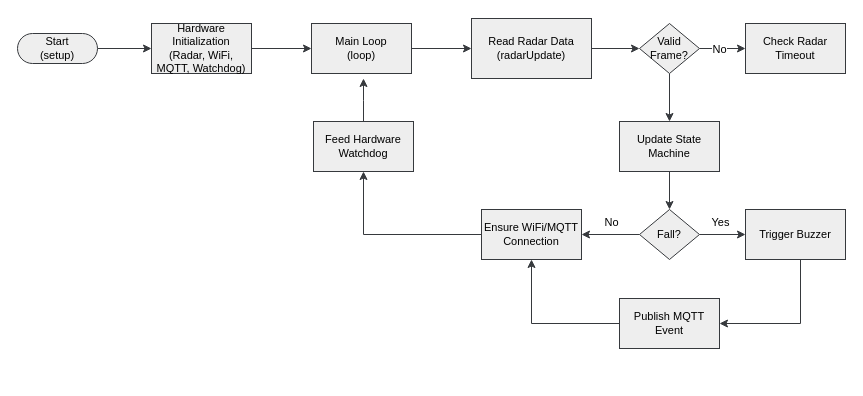
michalisssss/Fall-Detection-System keeps this draw.io diagram as page "Page-4" (4 of 5) of lib/4_1.drawio. Above is the earlier version. Source tidied: cells renumbered, new cells numbered last; positions are measured from the earlier drawing's top-left corner, leaving out a move shared by most shapes. Both pictures are drawn from the tidied source at 100%, with x=0, y=0 at pixel (17, 18).
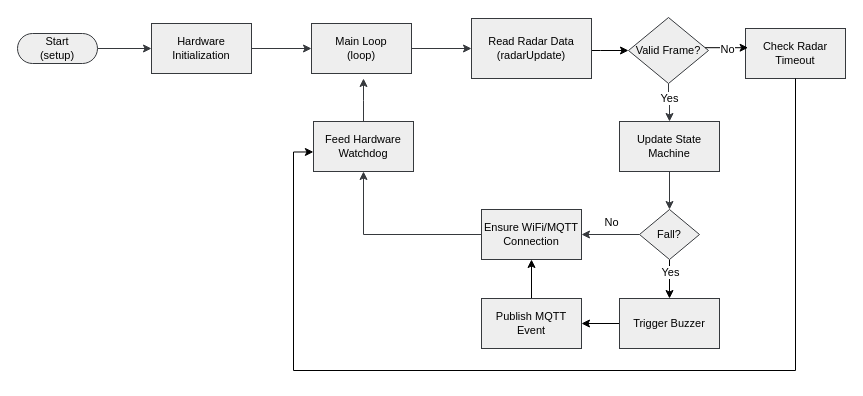
The same diagram, later.

Unchanged cells that the change refers to:
```xml
<mxCell id="7" value="Read Radar Data (radarUpdate)" style="whiteSpace=wrap;html=1;dashed=0;fontSize=11;fillColor=#eeeeee;strokeColor=#36393d;" parent="1" vertex="1">
  <mxGeometry x="454" width="120" height="60" as="geometry" />
</mxCell>
<mxCell id="10" style="edgeStyle=orthogonalEdgeStyle;rounded=0;jettySize=auto;html=1;entryX=0.5;entryY=0;entryDx=0;entryDy=0;defaultLabelBackgroundColor=page;fontSize=11;fillColor=#eeeeee;strokeColor=#36393d;" parent="1" edge="1" source="11" target="14">
  <mxGeometry relative="1" as="geometry" />
</mxCell>
<mxCell id="16" value="Ensure WiFi/MQTT Connection" style="html=1;dashed=0;whiteSpace=wrap;fontSize=11;fillColor=#eeeeee;strokeColor=#36393d;" parent="1" vertex="1">
  <mxGeometry x="464" y="191" width="100" height="50" as="geometry" />
</mxCell>
<mxCell id="18" value="Feed Hardware Watchdog" style="html=1;dashed=0;whiteSpace=wrap;fontSize=11;fillColor=#eeeeee;strokeColor=#36393d;" parent="1" vertex="1">
  <mxGeometry x="296" y="103" width="100" height="50" as="geometry" />
</mxCell>
<mxCell id="23" value="Fall?" style="shape=rhombus;html=1;dashed=0;whiteSpace=wrap;perimeter=rhombusPerimeter;fontSize=11;fillColor=#eeeeee;strokeColor=#36393d;" parent="1" vertex="1">
  <mxGeometry x="622" y="191" width="60" height="50" as="geometry" />
</mxCell>
```

The edit, as a diff of the source:
```diff
@@
-    <mxCell id="5" value="Hardware Initialization&lt;div&gt;(Radar, WiFi, MQTT, Watchdog)&lt;/div&gt;" style="html=1;dashed=0;whiteSpace=wrap;fontSize=11;fillColor=#eeeeee;strokeColor=#36393d;" parent="1" vertex="1">
+    <mxCell id="5" value="Hardware Initialization" style="html=1;dashed=0;whiteSpace=wrap;fontSize=11;fillColor=#eeeeee;strokeColor=#36393d;" parent="1" vertex="1">
       <mxGeometry x="134" y="5" width="100" height="50" as="geometry" />
     </mxCell>
-    <mxCell id="6" style="edgeStyle=orthogonalEdgeStyle;rounded=0;jettySize=auto;html=1;entryX=0;entryY=0.5;entryDx=0;entryDy=0;defaultLabelBackgroundColor=page;fontSize=11;fillColor=#eeeeee;strokeColor=#36393d;" parent="1" edge="1" source="7" target="11">
-      <mxGeometry relative="1" as="geometry" />
+    <mxCell id="6" style="edgeStyle=orthogonalEdgeStyle;rounded=0;jettySize=auto;html=1;entryX=0;entryY=0.5;entryDx=0;entryDy=0;defaultLabelBackgroundColor=page;" parent="1" edge="1" source="7" target="11">
+      <mxGeometry relative="1" as="geometry">
+        <Array as="points">
+          <mxPoint x="583" y="32" />
+          <mxPoint x="583" y="32" />
+        </Array>
+      </mxGeometry>
     </mxCell>
@@
-    <mxCell id="8" style="edgeStyle=orthogonalEdgeStyle;rounded=0;jettySize=auto;html=1;entryX=0;entryY=0.5;entryDx=0;entryDy=0;defaultLabelBackgroundColor=page;fontSize=11;fillColor=#eeeeee;strokeColor=#36393d;" parent="1" edge="1" source="11" target="12">
-      <mxGeometry relative="1" as="geometry" />
-    </mxCell>
-    <mxCell id="9" value="No" style="edgeLabel;html=1;align=center;verticalAlign=middle;inheritText=fontFamily,fontColor,fontStyle,textOpacity,labelBorderColor,labelBorderWidth,labelBackgroundColor,defaultLabelBackgroundColor,labelPadding;defaultLabelBackgroundColor=page;fontSize=11;" parent="8" vertex="1">
-      <mxGeometry x="-0.19" relative="1" as="geometry" />
-    </mxCell>
@@
+    <mxCell id="30" value="Yes" style="edgeLabel;html=1;align=center;verticalAlign=middle;inheritText=1;defaultLabelBackgroundColor=page;" parent="10" vertex="1">
+      <mxGeometry x="-0.28" relative="1" as="geometry" />
+    </mxCell>
     <mxCell id="11" value="Valid Frame?" style="shape=rhombus;html=1;dashed=0;whiteSpace=wrap;perimeter=rhombusPerimeter;fontSize=11;fillColor=#eeeeee;strokeColor=#36393d;" parent="1" vertex="1">
-      <mxGeometry x="622" y="5" width="60" height="50" as="geometry" />
+      <mxGeometry x="611" y="-1" width="80" height="66" as="geometry" />
     </mxCell>
     <mxCell id="12" value="Check Radar Timeout" style="html=1;dashed=0;whiteSpace=wrap;fontSize=11;fillColor=#eeeeee;strokeColor=#36393d;" parent="1" vertex="1">
-      <mxGeometry x="728" y="5" width="100" height="50" as="geometry" />
+      <mxGeometry x="728" y="10" width="100" height="50" as="geometry" />
     </mxCell>
@@
-    <mxCell id="21" style="edgeStyle=orthogonalEdgeStyle;rounded=0;jettySize=auto;html=1;entryX=0;entryY=0.5;entryDx=0;entryDy=0;defaultLabelBackgroundColor=page;fontSize=11;fillColor=#eeeeee;strokeColor=#36393d;" parent="1" edge="1" source="23" target="25">
+    <mxCell id="21" style="edgeStyle=orthogonalEdgeStyle;rounded=0;jettySize=auto;html=1;entryX=0.5;entryY=0;entryDx=0;entryDy=0;defaultLabelBackgroundColor=page;" parent="1" edge="1" source="23" target="25">
       <mxGeometry relative="1" as="geometry" />
     </mxCell>
-    <mxCell id="22" value="Yes" style="edgeLabel;html=1;align=center;verticalAlign=middle;inheritText=fontFamily,fontColor,fontStyle,textOpacity,labelBorderColor,labelBorderWidth,labelBackgroundColor,defaultLabelBackgroundColor,labelPadding;defaultLabelBackgroundColor=page;fontSize=11;" parent="21" vertex="1">
-      <mxGeometry x="-0.38" y="-1" relative="1" as="geometry">
-        <mxPoint x="6" y="-14" as="offset" />
-      </mxGeometry>
-    </mxCell>
+    <mxCell id="31" value="Yes" style="edgeLabel;html=1;align=center;verticalAlign=middle;inheritText=1;defaultLabelBackgroundColor=page;" parent="21" vertex="1">
+      <mxGeometry x="-0.4" relative="1" as="geometry" />
+    </mxCell>
@@
-    <mxCell id="24" style="edgeStyle=orthogonalEdgeStyle;rounded=0;jettySize=auto;html=1;entryX=1;entryY=0.5;entryDx=0;entryDy=0;defaultLabelBackgroundColor=page;fontSize=11;fillColor=#eeeeee;strokeColor=#36393d;" parent="1" edge="1" source="25" target="27">
-      <mxGeometry relative="1" as="geometry">
-        <Array as="points">
-          <mxPoint x="783" y="305" />
-        </Array>
-      </mxGeometry>
+    <mxCell id="24" style="edgeStyle=orthogonalEdgeStyle;rounded=0;jettySize=auto;html=1;entryX=1;entryY=0.5;entryDx=0;entryDy=0;defaultLabelBackgroundColor=page;" parent="1" edge="1" source="25" target="27">
+      <mxGeometry relative="1" as="geometry" />
     </mxCell>
     <mxCell id="25" value="Trigger Buzzer" style="html=1;dashed=0;whiteSpace=wrap;fontSize=11;fillColor=#eeeeee;strokeColor=#36393d;" parent="1" vertex="1">
-      <mxGeometry x="728" y="191" width="100" height="50" as="geometry" />
+      <mxGeometry x="602" y="280" width="100" height="50" as="geometry" />
     </mxCell>
-    <mxCell id="26" style="edgeStyle=orthogonalEdgeStyle;rounded=0;jettySize=auto;html=1;entryX=0.5;entryY=1;entryDx=0;entryDy=0;defaultLabelBackgroundColor=page;fontSize=11;fillColor=#eeeeee;strokeColor=#36393d;" parent="1" edge="1" source="27" target="16">
+    <mxCell id="26" style="edgeStyle=orthogonalEdgeStyle;rounded=0;jettySize=auto;html=1;entryX=0.5;entryY=1;entryDx=0;entryDy=0;defaultLabelBackgroundColor=page;" parent="1" edge="1" source="27" target="16">
       <mxGeometry relative="1" as="geometry" />
     </mxCell>
     <mxCell id="27" value="Publish MQTT Event" style="html=1;dashed=0;whiteSpace=wrap;fontSize=11;fillColor=#eeeeee;strokeColor=#36393d;" parent="1" vertex="1">
-      <mxGeometry x="602" y="280" width="100" height="50" as="geometry" />
+      <mxGeometry x="464" y="280" width="100" height="50" as="geometry" />
     </mxCell>
@@
+    <mxCell id="32" style="edgeStyle=orthogonalEdgeStyle;rounded=0;jettySize=auto;html=1;entryX=-0.001;entryY=0.609;entryDx=0;entryDy=0;entryPerimeter=0;defaultLabelBackgroundColor=page;" parent="1" edge="1" source="12" target="18">
+      <mxGeometry relative="1" as="geometry">
+        <Array as="points">
+          <mxPoint x="778" y="352" />
+          <mxPoint x="276" y="352" />
+          <mxPoint x="276" y="133.5" />
+        </Array>
+      </mxGeometry>
+    </mxCell>
+    <mxCell id="8" style="edgeStyle=orthogonalEdgeStyle;rounded=0;jettySize=auto;html=1;entryX=0.026;entryY=0.384;entryDx=0;entryDy=0;entryPerimeter=0;defaultLabelBackgroundColor=page;" parent="1" edge="1" source="11" target="12">
+      <mxGeometry relative="1" as="geometry">
+        <Array as="points">
+          <mxPoint x="704" y="29.2" />
+          <mxPoint x="704" y="29.2" />
+        </Array>
+      </mxGeometry>
+    </mxCell>
+    <mxCell id="9" value="No" style="edgeLabel;html=1;align=center;verticalAlign=middle;inheritText=1;defaultLabelBackgroundColor=page;" parent="8" vertex="1">
+      <mxGeometry x="-0.49" y="1" relative="1" as="geometry">
+        <mxPoint x="11" y="2" as="offset" />
+      </mxGeometry>
+    </mxCell>
```
